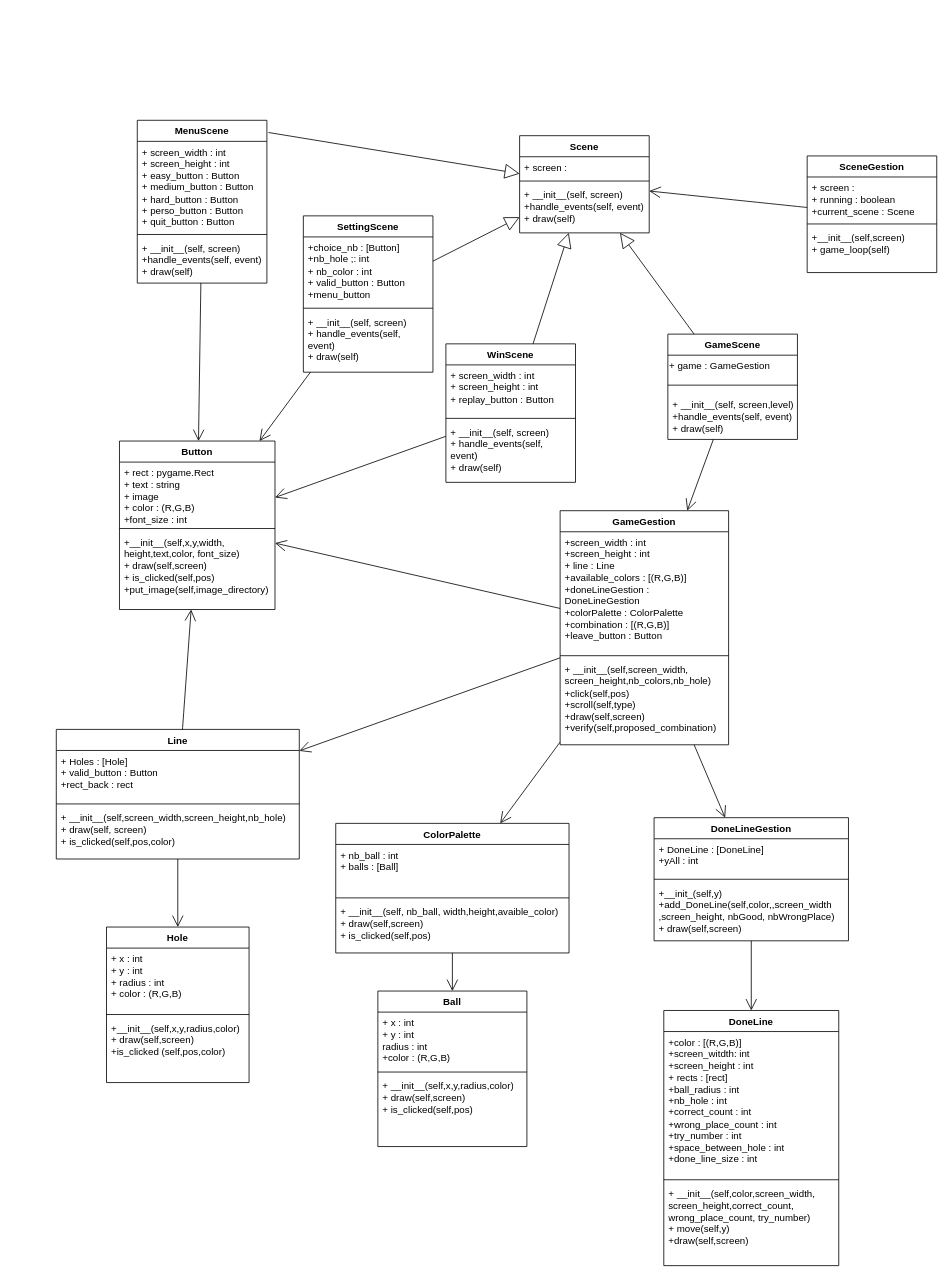
Before: UML_mastermind.drawio in dcr29/mastermind-game, a draw.io diagram. Source tidied: cells renumbered, new cells numbered last; positions are measured from the earlier drawing's top-left corner, leaving out a move shared by most shapes. Both pictures are drawn from the tidied source at 81%, with x=0, y=0 at pixel (56, 120).
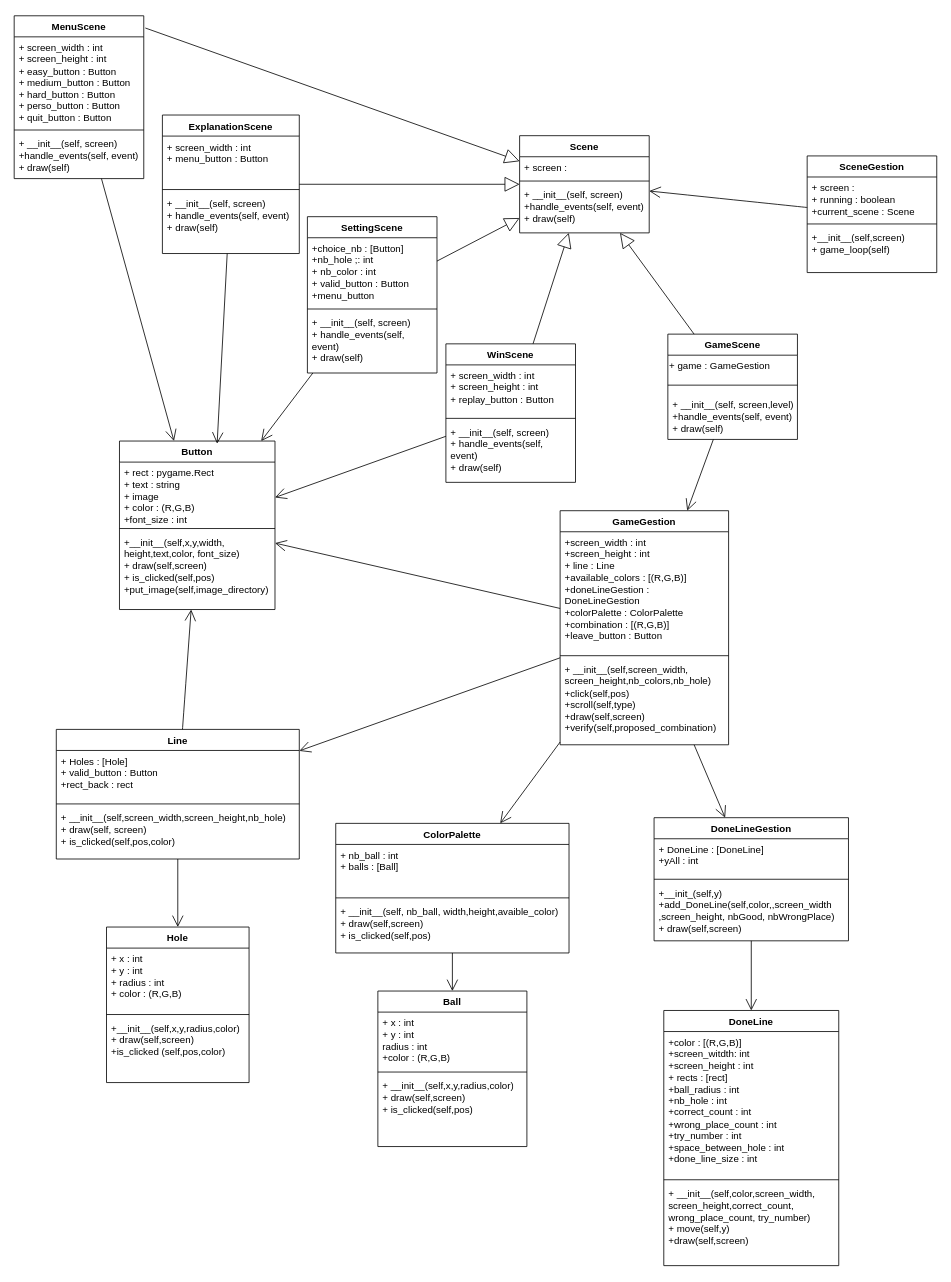
The same page after the edit.

Commit message (it also covers changes not shown here):
mise a jour UML

The change refers to these unchanged cells:
```xml
<mxCell id="6" value="Scene" style="swimlane;fontStyle=1;align=center;verticalAlign=top;horizontal=1;startSize=26;whiteSpace=wrap;html=1;" parent="1" vertex="1">
  <mxGeometry x="572" y="19" width="160" height="120" as="geometry" />
</mxCell>
<mxCell id="20" value="Button" style="swimlane;fontStyle=1;align=center;verticalAlign=top;horizontal=1;startSize=26;whiteSpace=wrap;html=1;" parent="1" vertex="1">
  <mxGeometry x="78" y="396" width="192" height="208" as="geometry" />
</mxCell>
```

Diff of the diagram source:
```diff
@@
     <mxCell id="10" value="MenuScene" style="swimlane;fontStyle=1;align=center;verticalAlign=top;horizontal=1;startSize=26;whiteSpace=wrap;html=1;" parent="1" vertex="1">
-      <mxGeometry x="100" width="160" height="201" as="geometry" />
+      <mxGeometry x="-52" y="-129" width="160" height="201" as="geometry" />
     </mxCell>
@@
     <mxCell id="67" value="SettingScene" style="swimlane;fontStyle=1;align=center;verticalAlign=top;horizontal=1;startSize=26;whiteSpace=wrap;html=1;" parent="1" vertex="1">
-      <mxGeometry x="305" y="118" width="160" height="193" as="geometry" />
+      <mxGeometry x="310" y="119" width="160" height="193" as="geometry" />
     </mxCell>
@@
+    <mxCell id="75" value="ExplanationScene" style="swimlane;fontStyle=1;align=center;verticalAlign=top;horizontal=1;startSize=26;whiteSpace=wrap;html=1;" parent="1" vertex="1">
+      <mxGeometry x="131" y="-6.5" width="169" height="171" as="geometry" />
+    </mxCell>
+    <mxCell id="76" value="&lt;div&gt;+ screen_width : int&lt;/div&gt;&lt;div&gt;&lt;span style=&quot;background-color: transparent; color: light-dark(rgb(0, 0, 0), rgb(255, 255, 255));&quot;&gt;+ menu_button : Button&lt;/span&gt;&lt;/div&gt;&lt;div&gt;&lt;br&gt;&lt;/div&gt;" style="text;strokeColor=none;fillColor=none;align=left;verticalAlign=top;spacingLeft=4;spacingRight=4;overflow=hidden;whiteSpace=wrap;html=1;" parent="75" vertex="1">
+      <mxGeometry y="26" width="169" height="62" as="geometry" />
+    </mxCell>
+    <mxCell id="77" style="line;strokeWidth=1;fillColor=none;align=left;verticalAlign=middle;spacingTop=-1;spacingLeft=3;spacingRight=3;labelPosition=right;strokeColor=inherit;" parent="75" vertex="1">
+      <mxGeometry y="88" width="169" height="8" as="geometry" />
+    </mxCell>
+    <mxCell id="78" value="&lt;div&gt;+ __init__(self, screen)&lt;/div&gt;&lt;div&gt;+ handle_events(self, event)&lt;/div&gt;&lt;div&gt;+ draw(self)&lt;/div&gt;" style="text;strokeColor=none;fillColor=none;align=left;verticalAlign=top;spacingLeft=4;spacingRight=4;overflow=hidden;whiteSpace=wrap;html=1;" parent="75" vertex="1">
+      <mxGeometry y="96" width="169" height="75" as="geometry" />
+    </mxCell>
+    <mxCell id="79" style="endArrow=block;endSize=16;endFill=0;html=1;rounded=0;" parent="1" edge="1" source="75" target="6">
+      <mxGeometry relative="1" as="geometry" />
+    </mxCell>
+    <mxCell id="80" style="endArrow=open;endFill=1;endSize=12;html=1;rounded=0;entryX=0.628;entryY=0.016;entryDx=0;entryDy=0;entryPerimeter=0;" parent="1" edge="1" source="75" target="20">
+      <mxGeometry relative="1" as="geometry" />
+    </mxCell>
```
